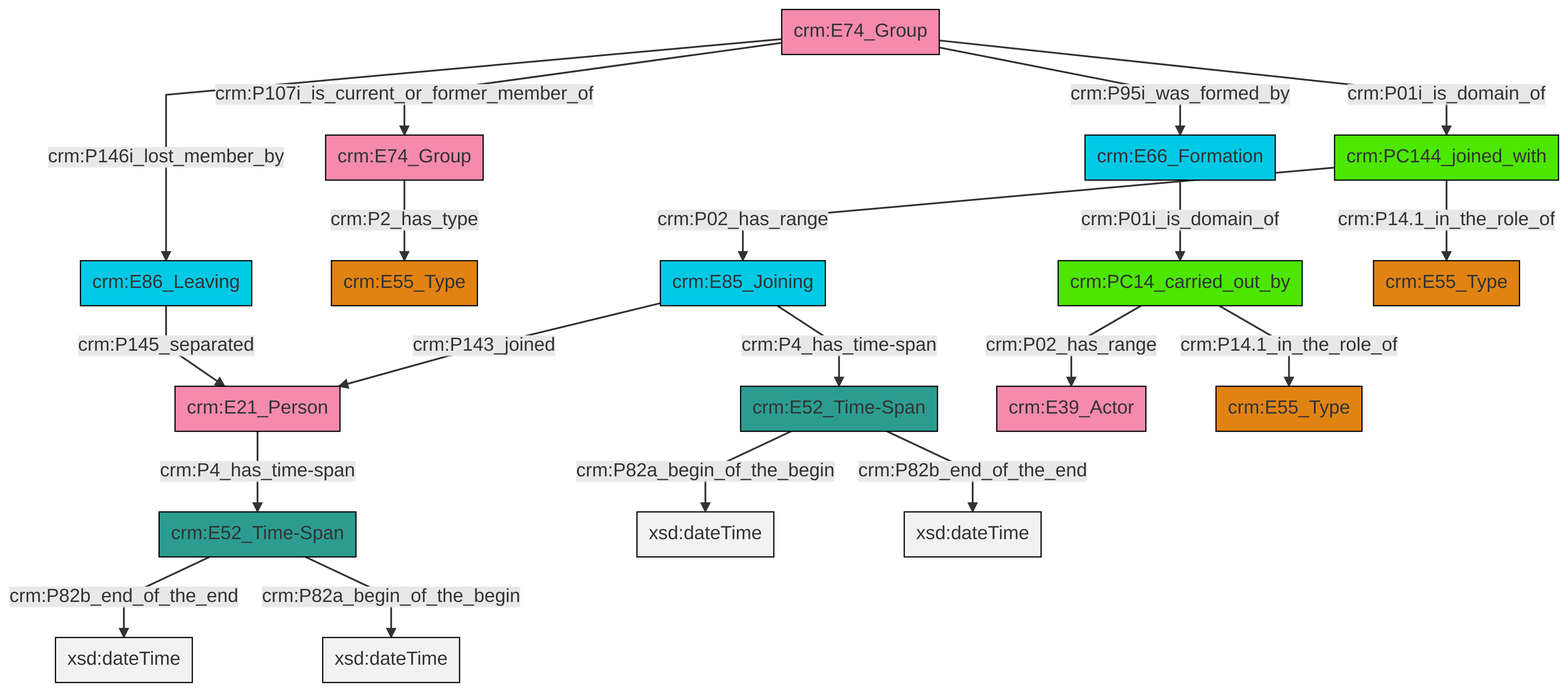
This is et/groupCSV/ttl/mmd/png/group_actor_relations.png from swiss-art-research-net/reference-data-models, a Mermaid export, as it was before one commit. Its source is kept beside it as et/groupCSV/ttl/mmd/group_actor_relations.ttl.mmd.
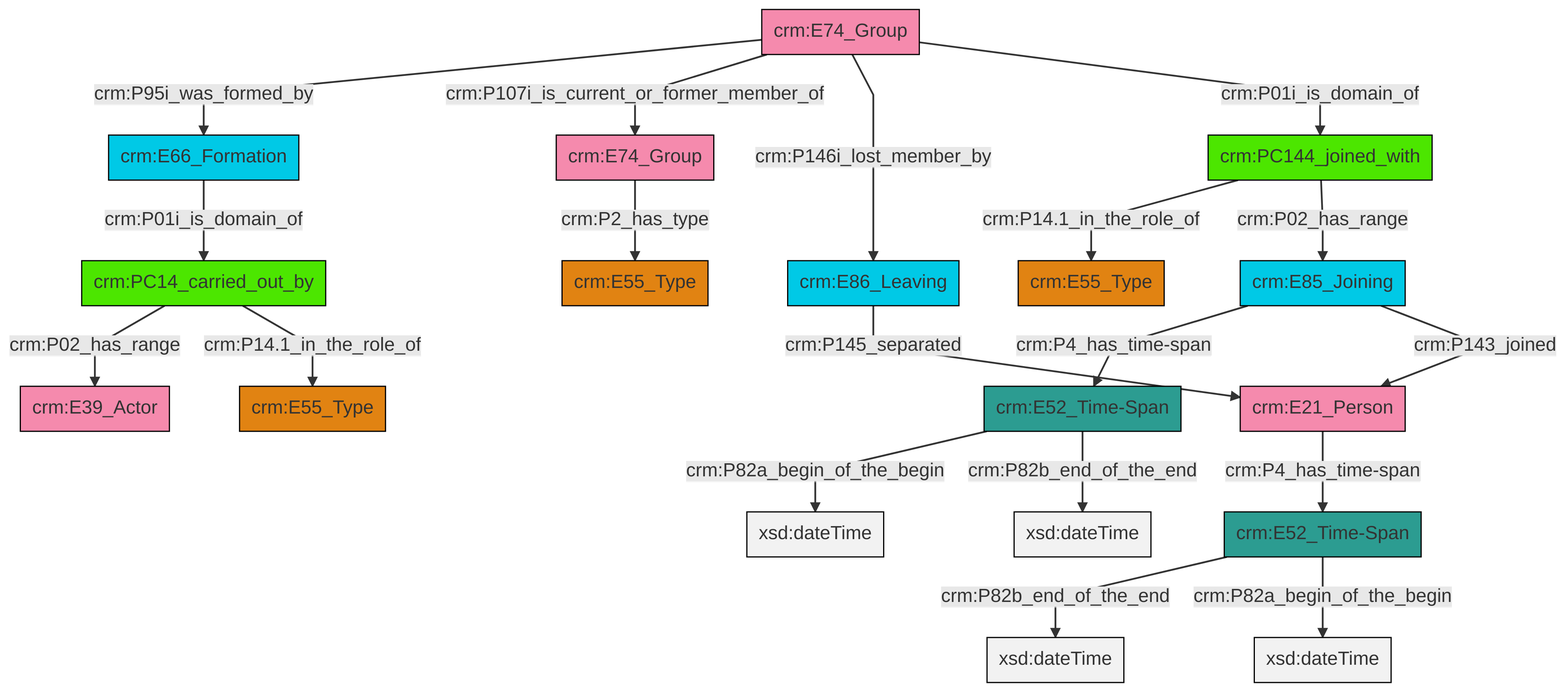
After the change.

What changed in the source:
```diff
@@ -13,21 +13,21 @@
 classDef PC_Classes fill:#4ce600, stroke:#000000;
 classDef Multi fill:#cccccc,stroke:#000000;
 
-2["crm:E66_Formation"]:::Temporal_Entity -->|crm:P01i_is_domain_of| 3["crm:PC14_carried_out_by"]:::PC_Classes
-6["crm:E74_Group"]:::Actor -->|crm:P146i_lost_member_by| 7["crm:E86_Leaving"]:::Temporal_Entity
-7["crm:E86_Leaving"]:::Temporal_Entity -->|crm:P145_separated| 8["crm:E21_Person"]:::Actor
-9["crm:E74_Group"]:::Actor -->|crm:P2_has_type| 4["crm:E55_Type"]:::Type
-0["crm:E52_Time-Span"]:::Time-Span -->|crm:P82b_end_of_the_end| 10[xsd:dateTime]:::Literal
-11["crm:E52_Time-Span"]:::Time-Span -->|crm:P82a_begin_of_the_begin| 12[xsd:dateTime]:::Literal
-13["crm:E85_Joining"]:::Temporal_Entity -->|crm:P143_joined| 8["crm:E21_Person"]:::Actor
-11["crm:E52_Time-Span"]:::Time-Span -->|crm:P82b_end_of_the_end| 17[xsd:dateTime]:::Literal
-6["crm:E74_Group"]:::Actor -->|crm:P107i_is_current_or_former_member_of| 9["crm:E74_Group"]:::Actor
-6["crm:E74_Group"]:::Actor -->|crm:P95i_was_formed_by| 2["crm:E66_Formation"]:::Temporal_Entity
-8["crm:E21_Person"]:::Actor -->|crm:P4_has_time-span| 0["crm:E52_Time-Span"]:::Time-Span
-3["crm:PC14_carried_out_by"]:::PC_Classes -->|crm:P14.1_in_the_role_of| 23["crm:E55_Type"]:::Type
-15["crm:PC144_joined_with"]:::PC_Classes -->|crm:P14.1_in_the_role_of| 24["crm:E55_Type"]:::Type
-0["crm:E52_Time-Span"]:::Time-Span -->|crm:P82a_begin_of_the_begin| 25[xsd:dateTime]:::Literal
-3["crm:PC14_carried_out_by"]:::PC_Classes -->|crm:P02_has_range| 21["crm:E39_Actor"]:::Actor
-15["crm:PC144_joined_with"]:::PC_Classes -->|crm:P02_has_range| 13["crm:E85_Joining"]:::Temporal_Entity
-13["crm:E85_Joining"]:::Temporal_Entity -->|crm:P4_has_time-span| 11["crm:E52_Time-Span"]:::Time-Span
-6["crm:E74_Group"]:::Actor -->|crm:P01i_is_domain_of| 15["crm:PC144_joined_with"]:::PC_Classes
+0["crm:PC144_joined_with"]:::PC_Classes -->|crm:P14.1_in_the_role_of| 1["crm:E55_Type"]:::Type
+2["crm:E52_Time-Span"]:::Time-Span -->|crm:P82a_begin_of_the_begin| 4[xsd:dateTime]:::Literal
+5["crm:E52_Time-Span"]:::Time-Span -->|crm:P82b_end_of_the_end| 6[xsd:dateTime]:::Literal
+7["crm:E74_Group"]:::Actor -->|crm:P2_has_type| 8["crm:E55_Type"]:::Type
+9["crm:E74_Group"]:::Actor -->|crm:P95i_was_formed_by| 10["crm:E66_Formation"]:::Temporal_Entity
+9["crm:E74_Group"]:::Actor -->|crm:P107i_is_current_or_former_member_of| 7["crm:E74_Group"]:::Actor
+9["crm:E74_Group"]:::Actor -->|crm:P146i_lost_member_by| 13["crm:E86_Leaving"]:::Temporal_Entity
+13["crm:E86_Leaving"]:::Temporal_Entity -->|crm:P145_separated| 17["crm:E21_Person"]:::Actor
+18["crm:PC14_carried_out_by"]:::PC_Classes -->|crm:P02_has_range| 19["crm:E39_Actor"]:::Actor
+21["crm:E85_Joining"]:::Temporal_Entity -->|crm:P4_has_time-span| 2["crm:E52_Time-Span"]:::Time-Span
+10["crm:E66_Formation"]:::Temporal_Entity -->|crm:P01i_is_domain_of| 18["crm:PC14_carried_out_by"]:::PC_Classes
+21["crm:E85_Joining"]:::Temporal_Entity -->|crm:P143_joined| 17["crm:E21_Person"]:::Actor
+2["crm:E52_Time-Span"]:::Time-Span -->|crm:P82b_end_of_the_end| 25[xsd:dateTime]:::Literal
+9["crm:E74_Group"]:::Actor -->|crm:P01i_is_domain_of| 0["crm:PC144_joined_with"]:::PC_Classes
+5["crm:E52_Time-Span"]:::Time-Span -->|crm:P82a_begin_of_the_begin| 27[xsd:dateTime]:::Literal
+17["crm:E21_Person"]:::Actor -->|crm:P4_has_time-span| 5["crm:E52_Time-Span"]:::Time-Span
+0["crm:PC144_joined_with"]:::PC_Classes -->|crm:P02_has_range| 21["crm:E85_Joining"]:::Temporal_Entity
+18["crm:PC14_carried_out_by"]:::PC_Classes -->|crm:P14.1_in_the_role_of| 11["crm:E55_Type"]:::Type
```
